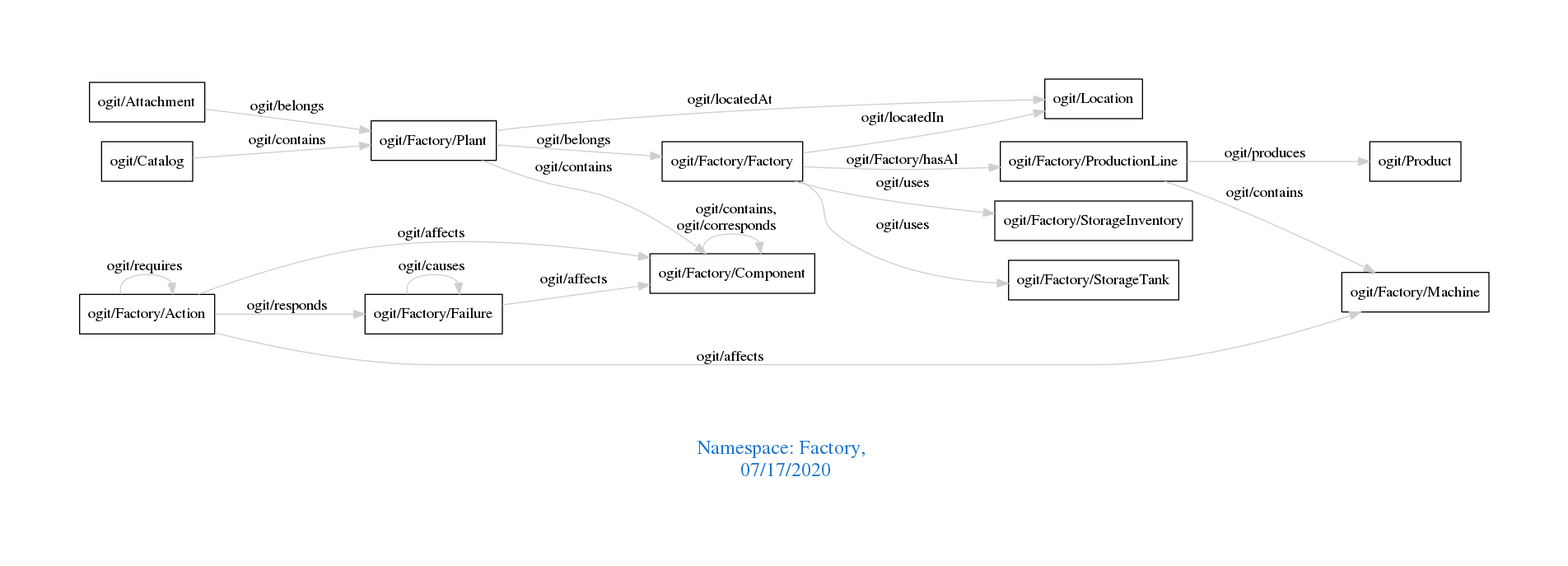
Above: downloads/Factory.png in arago/OGIT (Graphviz), before the change. Its source is kept beside it as downloads/Factory.dot.
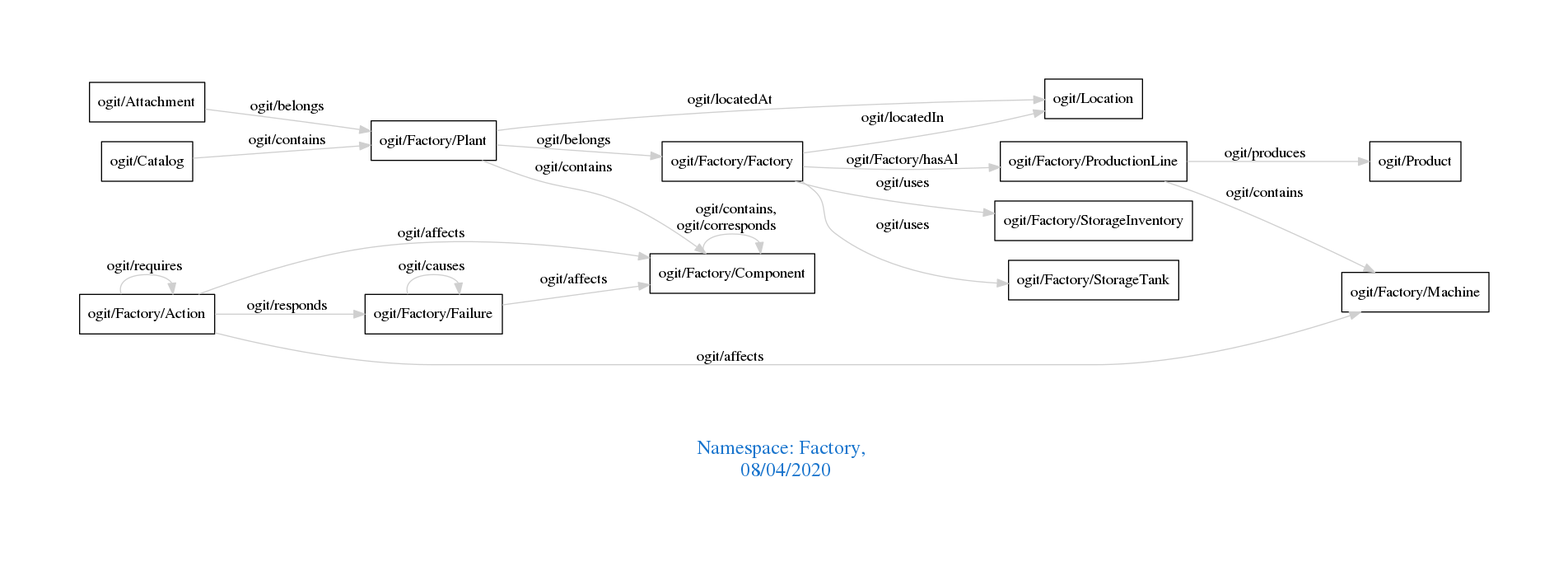
The same diagram one commit later.

The edit, as a diff of the source:
```diff
@@ -1,7 +1,7 @@
 digraph OGIT_ontology {
  graph [ rankdir= LR,pad=1
 fontsize = 18,
-fontcolor= dodgerblue3,label = "\n\n\nNamespace: Factory, \n 07/17/2020"];
+fontcolor= dodgerblue3,label = "\n\n\nNamespace: Factory, \n 08/04/2020"];
 node[shape=polygon];
 edge [  color="gray81"];
 
```
